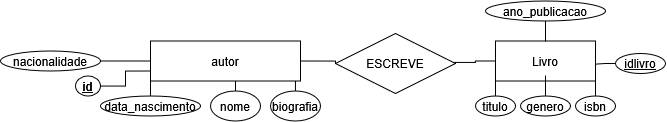
Earlier version of the draw.io export projeto2.drawio.png (welbersued/bancodedadostrabav2). Source tidied: cells renumbered, new cells last; positions are measured from the earlier drawing's top-left corner, leaving out a move shared by most shapes.
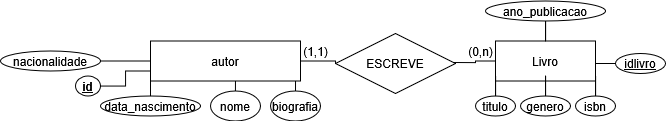
After the change.

Commit message:
Parte conceitual do Projeto 2 finalizado

Diff of the diagram source:
```diff
@@ -77,5 +77,11 @@
     <mxCell id="26" style="edgeStyle=orthogonalEdgeStyle;rounded=0;jettySize=auto;html=1;entryX=1.001;entryY=0.578;entryDx=0;entryDy=0;entryPerimeter=0;endArrow=none;startFill=0;" parent="1" edge="1" source="25" target="16">
       <mxGeometry relative="1" as="geometry" />
     </mxCell>
+    <mxCell id="27" value="(1,1)" style="text;html=1;align=center;verticalAlign=middle;strokeColor=none;fillColor=none;" parent="1" vertex="1">
+      <mxGeometry x="290" y="36" width="50" height="30" as="geometry" />
+    </mxCell>
+    <mxCell id="28" value="(0,n)" style="text;html=1;align=center;verticalAlign=middle;strokeColor=none;fillColor=none;" parent="1" vertex="1">
+      <mxGeometry x="455" y="36" width="50" height="30" as="geometry" />
+    </mxCell>
   </root>
 </mxGraphModel>
```
